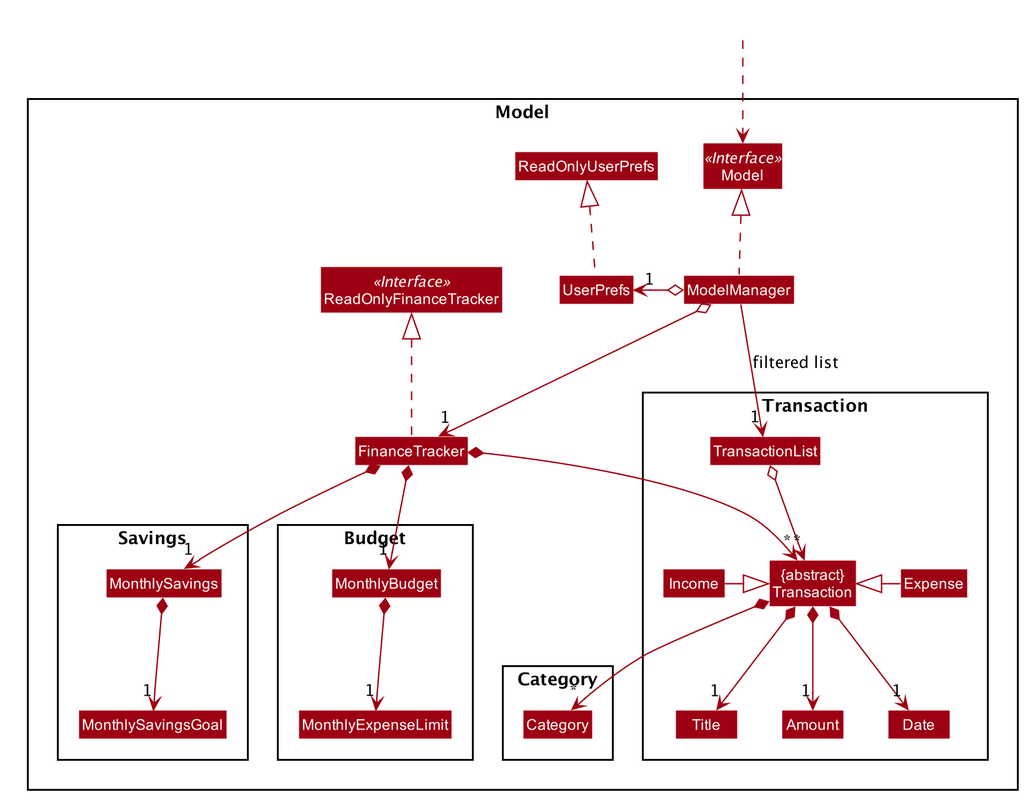
Before: docs/images/ModelClassDiagram.png, a diagram exported from PlantUML (zhaojj2209/tp). The source it was exported from:
```plantuml
@startuml








skinparam BackgroundColor #FFFFFFF

skinparam Shadowing false

skinparam Class {
    FontColor #FFFFFF
    BorderThickness 1
    BorderColor #FFFFFF
    StereotypeFontColor #FFFFFF
    FontName Arial
}

skinparam Actor {
    BorderColor #000000
    Color #000000
    FontName Arial
}

skinparam Sequence {
    MessageAlign center
    BoxFontSize 15
    BoxPadding 0
    BoxFontColor #FFFFFF
    FontName Arial
}

skinparam Participant {
    FontColor #FFFFFFF
    Padding 20
}

skinparam MinClassWidth 50
skinparam ParticipantPadding 10
skinparam Shadowing false
skinparam DefaultTextAlignment center
skinparam packageStyle Rectangle

hide footbox
hide members
hide circle
skinparam arrowThickness 1.1
skinparam arrowColor #9D0012
skinparam classBackgroundColor #9D0012

Package Model <<Rectangle>>{
Interface ReadOnlyFinanceTracker <<Interface>>
Interface Model <<Interface>>
Class FinanceTracker
Class ReadOnlyFinanceTracker
Class Model
Class ModelManager
Class UserPrefs
Class ReadOnlyUserPrefs

Package Transaction {
Class "{abstract}\nTransaction" as Transaction
Class Expense
Class Income
Class Amount
Class Date
Class Title
Class TransactionList
}

Package Category {
Class Category
}

Package Budget {
Class MonthlyBudget
Class MonthlyExpenseLimit
}

Package Savings {
Class MonthlySavings
Class MonthlySavingsGoal
}
}

Class HiddenOutside #FFFFFF
HiddenOutside ..> Model

FinanceTracker .up.|> ReadOnlyFinanceTracker

ModelManager .up.|> Model
ModelManager o--> "1" FinanceTracker
ModelManager o-left-> "1" UserPrefs
UserPrefs .up.|> ReadOnlyUserPrefs

FinanceTracker *--> "*" Transaction
TransactionList o--> "*" Transaction
Expense -left-|> Transaction
Income -right-|> Transaction
Transaction *--> "1" Title
Transaction *--> "1" Amount
Transaction *--> "1" Date
Transaction *--> "*" Category

FinanceTracker *--> "1" MonthlySavings
MonthlySavings *--> "1" MonthlySavingsGoal
FinanceTracker *--> "1" MonthlyBudget
MonthlyBudget *--> "1" MonthlyExpenseLimit

Title -[hidden]right-> Amount
Amount -[hidden]right-> Date

ModelManager -->"1" TransactionList : filtered list
@enduml
```
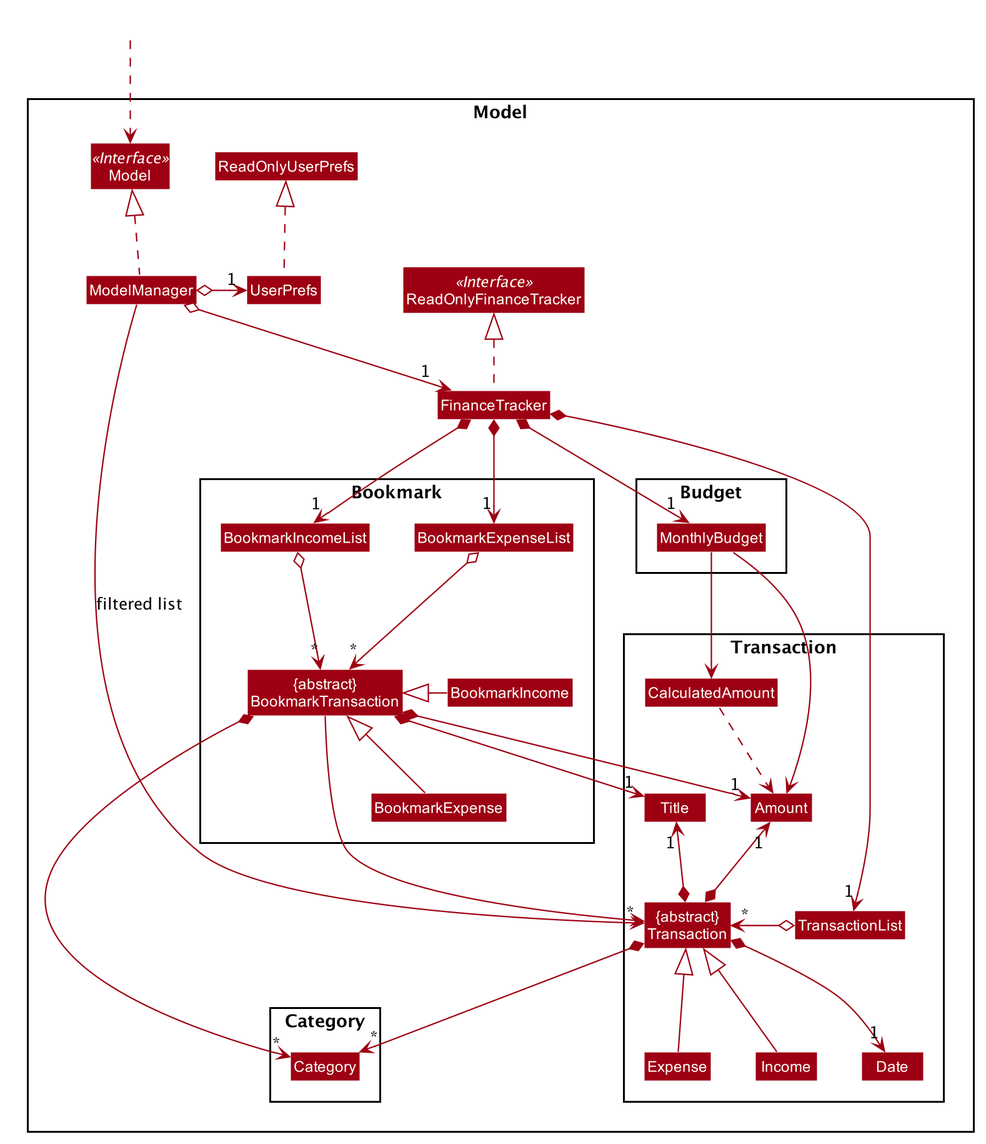
Later version of the same file.

Commit message:
Update developer guide for model and find feature

Change to the diagram source:
```diff
@@ -66,6 +66,7 @@
 Class Expense
 Class Income
 Class Amount
+Class CalculatedAmount
 Class Date
 Class Title
 Class TransactionList
@@ -77,12 +78,14 @@
 
 Package Budget {
 Class MonthlyBudget
-Class MonthlyExpenseLimit
 }
 
-Package Savings {
-Class MonthlySavings
-Class MonthlySavingsGoal
+Package Bookmark {
+Class BookmarkExpense
+Class BookmarkExpenseList
+Class BookmarkIncome
+Class BookmarkIncomeList
+Class "{abstract}\nBookmarkTransaction" as BookmarkTransaction
 }
 }
 
@@ -96,22 +99,30 @@
 ModelManager o-left-> "1" UserPrefs
 UserPrefs .up.|> ReadOnlyUserPrefs
 
-FinanceTracker *--> "*" Transaction
-TransactionList o--> "*" Transaction
-Expense -left-|> Transaction
-Income -right-|> Transaction
-Transaction *--> "1" Title
-Transaction *--> "1" Amount
+FinanceTracker *--> "1" TransactionList
+TransactionList o-left-> "*" Transaction
+Expense -up-|> Transaction
+Income -up-|> Transaction
+Transaction *-up-> "1" Title
+Transaction *-up-> "1" Amount
 Transaction *--> "1" Date
 Transaction *--> "*" Category
 
-FinanceTracker *--> "1" MonthlySavings
-MonthlySavings *--> "1" MonthlySavingsGoal
+FinanceTracker *--> "1" BookmarkExpenseList
+FinanceTracker *--> "1" BookmarkIncomeList
+BookmarkExpenseList o--> "*" BookmarkTransaction
+BookmarkIncomeList o--> "*" BookmarkTransaction
+BookmarkExpense -up-|> BookmarkTransaction
+BookmarkIncome -left-|> BookmarkTransaction
+BookmarkTransaction --> Transaction
+BookmarkTransaction *--> "1" Title
+BookmarkTransaction *--> "1" Amount
+BookmarkTransaction *--> "*" Category
+
 FinanceTracker *--> "1" MonthlyBudget
-MonthlyBudget *--> "1" MonthlyExpenseLimit
+CalculatedAmount ..> Amount
+MonthlyBudget --> CalculatedAmount
+MonthlyBudget --> Amount
 
-Title -[hidden]right-> Amount
-Amount -[hidden]right-> Date
-
-ModelManager -->"1" TransactionList : filtered list
+ModelManager -->"*" Transaction : filtered list
 @enduml
```
